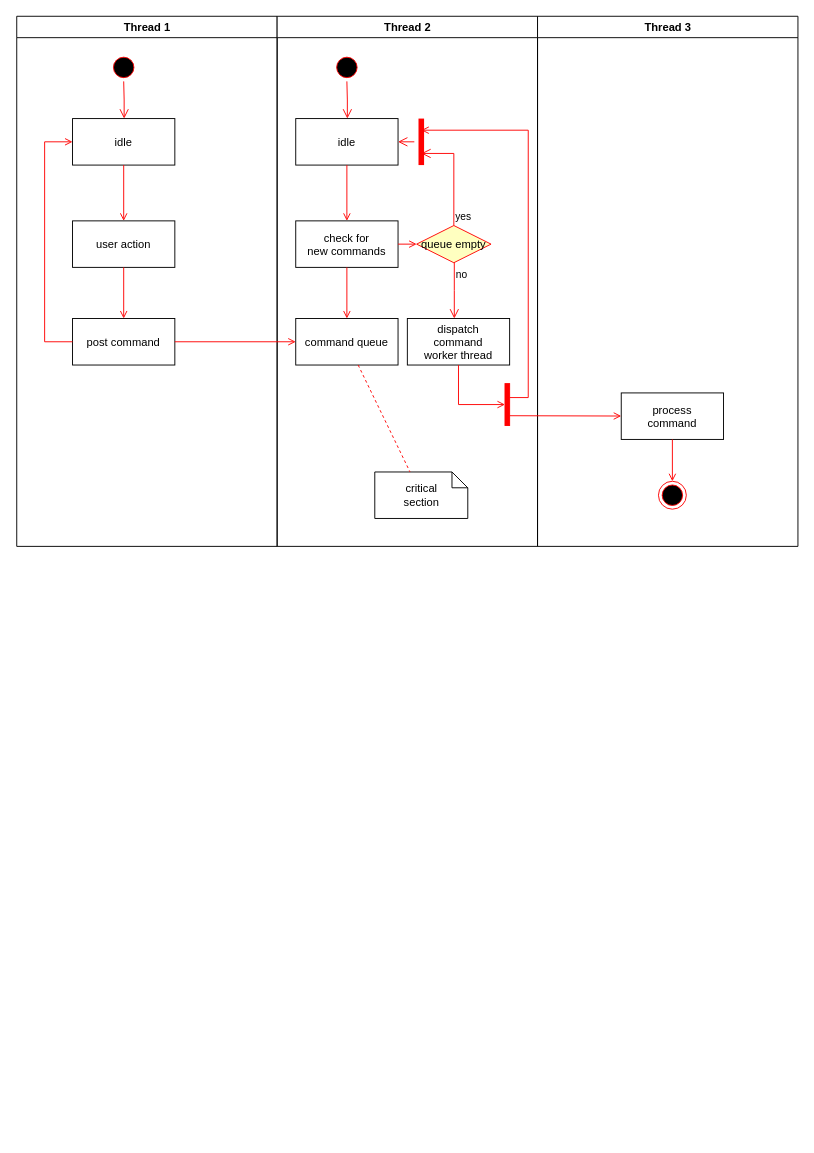
The draw.io diagram activityDiagram.drawio in ricky3knowhere/IF214002, before the edit. Source tidied: cells renumbered, new cells numbered last; positions are measured from the earlier drawing's top-left corner, leaving out a move shared by most shapes. Both pictures are drawn from the tidied source at 93%, with x=0, y=0 at pixel (16, 16).
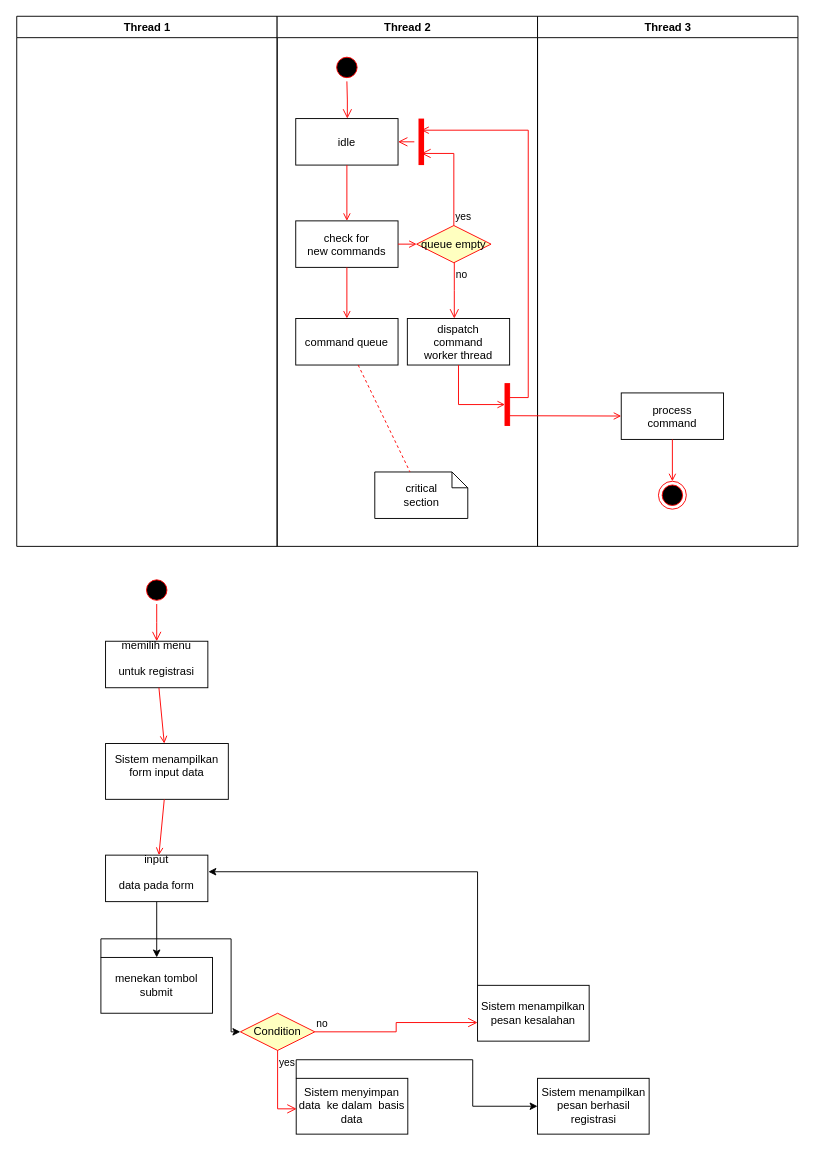
After the change.

Unchanged cells that the change refers to:
```xml
<mxCell id="2" value="Thread 1" style="swimlane;whiteSpace=wrap;" parent="1" vertex="1">
  <mxGeometry x="0.5" width="280" height="570" as="geometry" />
</mxCell>
<mxCell id="17" value="command queue" parent="11" vertex="1">
  <mxGeometry x="20" y="325" width="110" height="50" as="geometry" />
</mxCell>
```

What changed in the source:
```diff
@@
-    <mxCell id="3" style="ellipse;shape=startState;fillColor=#000000;strokeColor=#ff0000;" parent="2" vertex="1">
-      <mxGeometry x="100" y="40" width="30" height="30" as="geometry" />
-    </mxCell>
-    <mxCell id="4" style="edgeStyle=elbowEdgeStyle;elbow=horizontal;verticalAlign=bottom;endArrow=open;endSize=8;strokeColor=#FF0000;endFill=1;rounded=0;" parent="2" edge="1" source="3" target="5">
-      <mxGeometry x="100" y="40" as="geometry" />
-    </mxCell>
-    <mxCell id="5" value="idle" parent="2" vertex="1">
-      <mxGeometry x="60" y="110" width="110" height="50" as="geometry" />
-    </mxCell>
-    <mxCell id="6" value="user action" parent="2" vertex="1">
-      <mxGeometry x="60" y="220" width="110" height="50" as="geometry" />
-    </mxCell>
-    <mxCell id="7" style="endArrow=open;strokeColor=#FF0000;endFill=1;rounded=0;" parent="2" edge="1" source="5" target="6">
-      <mxGeometry relative="1" as="geometry" />
-    </mxCell>
-    <mxCell id="8" value="post command" parent="2" vertex="1">
-      <mxGeometry x="60" y="325" width="110" height="50" as="geometry" />
-    </mxCell>
-    <mxCell id="9" style="endArrow=open;strokeColor=#FF0000;endFill=1;rounded=0;" parent="2" edge="1" source="6" target="8">
-      <mxGeometry relative="1" as="geometry" />
-    </mxCell>
-    <mxCell id="10" style="edgeStyle=elbowEdgeStyle;elbow=horizontal;strokeColor=#FF0000;endArrow=open;endFill=1;rounded=0;" parent="2" edge="1" source="8" target="5">
-      <mxGeometry relative="1" as="geometry">
-        <Array as="points">
-          <mxPoint x="30" y="250" />
-        </Array>
-      </mxGeometry>
-    </mxCell>
@@
-    <mxCell id="36" style="endArrow=open;strokeColor=#FF0000;endFill=1;rounded=0;" parent="1" edge="1" source="8" target="17">
-      <mxGeometry relative="1" as="geometry" />
-    </mxCell>
+    <mxCell id="3" style="ellipse;shape=startState;fillColor=#000000;strokeColor=#ff0000;" parent="1" vertex="1">
+      <mxGeometry x="136" y="602" width="30" height="30" as="geometry" />
+    </mxCell>
+    <mxCell id="4" style="edgeStyle=elbowEdgeStyle;elbow=horizontal;verticalAlign=bottom;endArrow=open;endSize=8;strokeColor=#FF0000;endFill=1;rounded=0;" parent="1" edge="1" source="3" target="5">
+      <mxGeometry x="300" y="730" as="geometry" />
+    </mxCell>
+    <mxCell id="5" value="memilih menu &#10;&#10;untuk registrasi &#10;" parent="1" vertex="1">
+      <mxGeometry x="96" y="672" width="110" height="50" as="geometry" />
+    </mxCell>
+    <mxCell id="6" value="Sistem menampilkan &#10;form input data&#10;" parent="1" vertex="1">
+      <mxGeometry x="96" y="782" width="132" height="60" as="geometry" />
+    </mxCell>
+    <mxCell id="7" style="endArrow=open;strokeColor=#FF0000;endFill=1;rounded=0;" parent="1" edge="1" source="5" target="6">
+      <mxGeometry relative="1" as="geometry" />
+    </mxCell>
+    <mxCell id="37" style="edgeStyle=orthogonalEdgeStyle;rounded=0;jettySize=auto;html=1;" parent="1" edge="1" source="8" target="39">
+      <mxGeometry relative="1" as="geometry" />
+    </mxCell>
+    <mxCell id="8" value="input&#10;&#10;data pada form &#10;" parent="1" vertex="1">
+      <mxGeometry x="96" y="902" width="110" height="50" as="geometry" />
+    </mxCell>
+    <mxCell id="9" style="endArrow=open;strokeColor=#FF0000;endFill=1;rounded=0;" parent="1" edge="1" source="6" target="8">
+      <mxGeometry relative="1" as="geometry" />
+    </mxCell>
+    <mxCell id="38" style="edgeStyle=orthogonalEdgeStyle;rounded=0;jettySize=auto;html=1;exitX=0;exitY=0;exitDx=0;exitDy=0;entryX=0;entryY=0.5;entryDx=0;entryDy=0;" parent="1" edge="1" source="39" target="43">
+      <mxGeometry relative="1" as="geometry" />
+    </mxCell>
+    <mxCell id="39" value="&lt;span lang=&quot;EN-GB&quot;&gt;menekan tombol submit&lt;/span&gt;" style="whiteSpace=wrap;html=1;fillColor=rgb(255, 255, 255);strokeColor=rgb(0, 0, 0);fontColor=rgb(0, 0, 0);" parent="1" vertex="1">
+      <mxGeometry x="91" y="1012" width="120" height="60" as="geometry" />
+    </mxCell>
+    <mxCell id="40" style="edgeStyle=orthogonalEdgeStyle;rounded=0;jettySize=auto;html=1;exitX=0;exitY=0;exitDx=0;exitDy=0;" parent="1" edge="1" source="41" target="42">
+      <mxGeometry relative="1" as="geometry" />
+    </mxCell>
+    <mxCell id="41" value="&lt;p&gt;&lt;span lang=&quot;EN-GB&quot;&gt;Sistem menyimpan data&amp;nbsp; ke dalam&amp;nbsp; basis data&lt;/span&gt;&lt;/p&gt;" style="whiteSpace=wrap;html=1;fillColor=rgb(255, 255, 255);strokeColor=rgb(0, 0, 0);fontColor=rgb(0, 0, 0);" parent="1" vertex="1">
+      <mxGeometry x="301" y="1142" width="120" height="60" as="geometry" />
+    </mxCell>
+    <mxCell id="42" value="&lt;span lang=&quot;EN-GB&quot;&gt;Sistem menampilkan pesan berhasil registrasi &lt;/span&gt;" style="whiteSpace=wrap;html=1;fillColor=rgb(255, 255, 255);strokeColor=rgb(0, 0, 0);fontColor=rgb(0, 0, 0);" parent="1" vertex="1">
+      <mxGeometry x="560.5" y="1142" width="120" height="60" as="geometry" />
+    </mxCell>
+    <mxCell id="43" value="Condition" style="rhombus;whiteSpace=wrap;html=1;fillColor=#ffffc0;strokeColor=#ff0000;" parent="1" vertex="1">
+      <mxGeometry x="241" y="1072" width="80" height="40" as="geometry" />
+    </mxCell>
+    <mxCell id="44" value="no" style="edgeStyle=orthogonalEdgeStyle;html=1;align=left;verticalAlign=bottom;endArrow=open;endSize=8;strokeColor=#ff0000;rounded=0;entryX=0;entryY=0.667;entryDx=0;entryDy=0;entryPerimeter=0;" parent="1" edge="1" source="43" target="47">
+      <mxGeometry x="-1" relative="1" as="geometry" />
+    </mxCell>
+    <mxCell id="45" value="yes" style="edgeStyle=orthogonalEdgeStyle;html=1;align=left;verticalAlign=top;endArrow=open;endSize=8;strokeColor=#ff0000;rounded=0;entryX=0.004;entryY=0.547;entryDx=0;entryDy=0;entryPerimeter=0;" parent="1" edge="1" source="43" target="41">
+      <mxGeometry x="-1" relative="1" as="geometry" />
+    </mxCell>
+    <mxCell id="46" style="edgeStyle=orthogonalEdgeStyle;rounded=0;jettySize=auto;html=1;exitX=0;exitY=0;exitDx=0;exitDy=0;entryX=1.005;entryY=0.357;entryDx=0;entryDy=0;entryPerimeter=0;" parent="1" edge="1" source="47" target="8">
+      <mxGeometry relative="1" as="geometry" />
+    </mxCell>
+    <mxCell id="47" value="&lt;span lang=&quot;EN-GB&quot;&gt;Sistem menampilkan pesan kesalahan&lt;/span&gt;" style="whiteSpace=wrap;html=1;fillColor=rgb(255, 255, 255);strokeColor=rgb(0, 0, 0);fontColor=rgb(0, 0, 0);" parent="1" vertex="1">
+      <mxGeometry x="496" y="1042" width="120" height="60" as="geometry" />
+    </mxCell>
```
